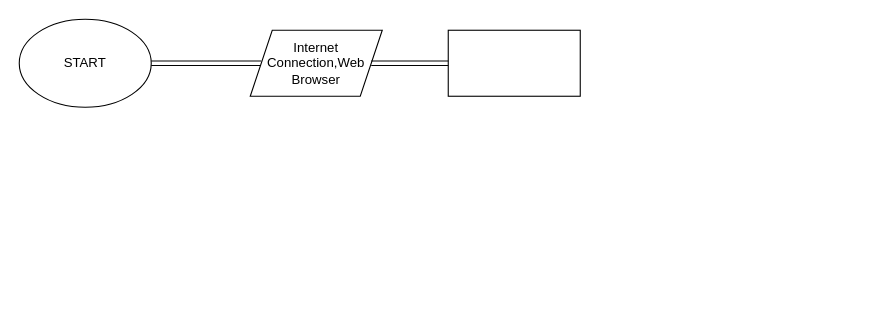
The draw.io diagram diagrams-net-example-project.drawio in GitCoder23/FlowchartsOnline, before the edit. Source tidied: cells renumbered, new cells numbered last; positions are measured from the earlier drawing's top-left corner, leaving out a move shared by most shapes. Both pictures are drawn from the tidied source at 110%, with x=0, y=0 at pixel (19, 19).
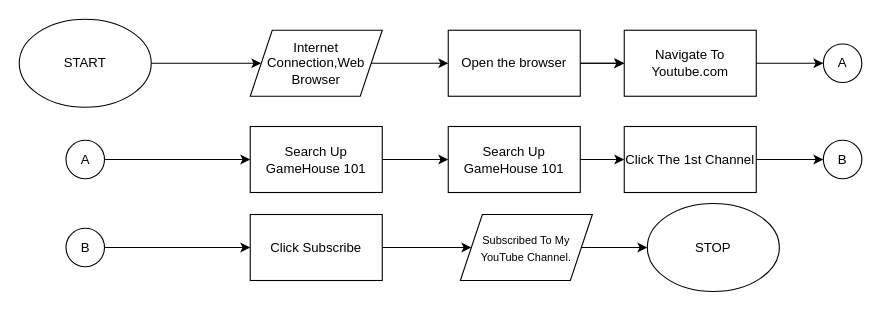
The same diagram, later.

The change refers to these unchanged cells:
```xml
<mxCell id="2" value="START" style="ellipse;whiteSpace=wrap;html=1;" parent="1" vertex="1">
  <mxGeometry width="120" height="80" as="geometry" />
</mxCell>
<mxCell id="4" value="&lt;font style=&quot;font-size: 12px&quot;&gt;Internet Connection,Web Browser&lt;/font&gt;" style="shape=parallelogram;perimeter=parallelogramPerimeter;whiteSpace=wrap;html=1;fixedSize=1;" parent="1" vertex="1">
  <mxGeometry x="210" y="10" width="120" height="60" as="geometry" />
</mxCell>
```

Change to the diagram source:
```diff
@@
+    <mxCell id="7" style="edgeStyle=orthogonalEdgeStyle;rounded=0;jettySize=auto;html=1;exitX=1;exitY=0.5;exitDx=0;exitDy=0;" parent="1" edge="1" source="2" target="4">
+      <mxGeometry relative="1" as="geometry" />
+    </mxCell>
@@
-    <mxCell id="3" style="shape=link;html=1;" parent="1" edge="1" source="2">
-      <mxGeometry relative="1" as="geometry">
-        <mxPoint x="220" y="40" as="targetPoint" />
-      </mxGeometry>
-    </mxCell>
+    <mxCell id="8" style="edgeStyle=orthogonalEdgeStyle;rounded=0;jettySize=auto;html=1;entryX=0;entryY=0.5;entryDx=0;entryDy=0;" parent="1" edge="1" source="4" target="5">
+      <mxGeometry relative="1" as="geometry" />
+    </mxCell>
@@
+    <mxCell id="9" style="edgeStyle=orthogonalEdgeStyle;rounded=0;jettySize=auto;html=1;" parent="1" edge="1" source="5" target="12">
+      <mxGeometry relative="1" as="geometry" />
+    </mxCell>
+    <mxCell id="10" style="edgeStyle=orthogonalEdgeStyle;rounded=0;jettySize=auto;html=1;" parent="1" edge="1" source="5" target="12">
+      <mxGeometry relative="1" as="geometry" />
+    </mxCell>
-    <mxCell id="5" style="rounded=0;whiteSpace=wrap;html=1;" parent="1" vertex="1">
+    <mxCell id="5" value="Open the browser" style="rounded=0;whiteSpace=wrap;html=1;" parent="1" vertex="1">
       <mxGeometry x="390" y="10" width="120" height="60" as="geometry" />
     </mxCell>
-    <mxCell id="6" style="shape=link;html=1;" parent="1" edge="1">
-      <mxGeometry relative="1" as="geometry">
-        <mxPoint x="320" y="40" as="sourcePoint" />
-        <mxPoint x="390" y="40" as="targetPoint" />
-      </mxGeometry>
-    </mxCell>
+    <mxCell id="11" style="edgeStyle=orthogonalEdgeStyle;rounded=0;jettySize=auto;html=1;" parent="1" edge="1" source="12" target="13">
+      <mxGeometry relative="1" as="geometry" />
+    </mxCell>
+    <mxCell id="12" value="Navigate To Youtube.com" style="rounded=0;whiteSpace=wrap;html=1;" parent="1" vertex="1">
+      <mxGeometry x="550" y="10" width="120" height="60" as="geometry" />
+    </mxCell>
+    <mxCell id="13" value="A" style="ellipse;whiteSpace=wrap;html=1;" parent="1" vertex="1">
+      <mxGeometry x="731" y="22.5" width="35" height="35" as="geometry" />
+    </mxCell>
+    <mxCell id="14" style="edgeStyle=orthogonalEdgeStyle;rounded=0;jettySize=auto;html=1;entryX=0;entryY=0.5;entryDx=0;entryDy=0;" parent="1" edge="1" source="15" target="17">
+      <mxGeometry relative="1" as="geometry" />
+    </mxCell>
+    <mxCell id="15" value="A" style="ellipse;whiteSpace=wrap;html=1;" parent="1" vertex="1">
+      <mxGeometry x="42.5" y="110" width="35" height="35" as="geometry" />
+    </mxCell>
+    <mxCell id="16" style="edgeStyle=orthogonalEdgeStyle;rounded=0;jettySize=auto;html=1;entryX=0;entryY=0.5;entryDx=0;entryDy=0;" parent="1" edge="1" source="17" target="19">
+      <mxGeometry relative="1" as="geometry" />
+    </mxCell>
+    <mxCell id="17" value="Search Up GameHouse 101" style="rounded=0;whiteSpace=wrap;html=1;" parent="1" vertex="1">
+      <mxGeometry x="210" y="97.5" width="120" height="60" as="geometry" />
+    </mxCell>
+    <mxCell id="18" style="edgeStyle=orthogonalEdgeStyle;rounded=0;jettySize=auto;html=1;" parent="1" edge="1" source="19" target="21">
+      <mxGeometry relative="1" as="geometry" />
+    </mxCell>
+    <mxCell id="19" value="Search Up GameHouse 101" style="rounded=0;whiteSpace=wrap;html=1;" parent="1" vertex="1">
+      <mxGeometry x="390" y="97.5" width="120" height="60" as="geometry" />
+    </mxCell>
+    <mxCell id="20" style="edgeStyle=orthogonalEdgeStyle;rounded=0;jettySize=auto;html=1;entryX=0;entryY=0.5;entryDx=0;entryDy=0;" parent="1" edge="1" source="21" target="22">
+      <mxGeometry relative="1" as="geometry" />
+    </mxCell>
+    <mxCell id="21" value="Click The 1st Channel" style="rounded=0;whiteSpace=wrap;html=1;" parent="1" vertex="1">
+      <mxGeometry x="550" y="97.5" width="120" height="60" as="geometry" />
+    </mxCell>
+    <mxCell id="22" value="B" style="ellipse;whiteSpace=wrap;html=1;" parent="1" vertex="1">
+      <mxGeometry x="731" y="110" width="35" height="35" as="geometry" />
+    </mxCell>
+    <mxCell id="23" style="edgeStyle=orthogonalEdgeStyle;rounded=0;jettySize=auto;html=1;" parent="1" edge="1" source="24" target="26">
+      <mxGeometry relative="1" as="geometry" />
+    </mxCell>
+    <mxCell id="24" value="B" style="ellipse;whiteSpace=wrap;html=1;" parent="1" vertex="1">
+      <mxGeometry x="42.5" y="190" width="35" height="35" as="geometry" />
+    </mxCell>
+    <mxCell id="25" style="edgeStyle=orthogonalEdgeStyle;rounded=0;jettySize=auto;html=1;entryX=0;entryY=0.5;entryDx=0;entryDy=0;" parent="1" edge="1" source="26" target="28">
+      <mxGeometry relative="1" as="geometry" />
+    </mxCell>
+    <mxCell id="26" value="Click Subscribe" style="rounded=0;whiteSpace=wrap;html=1;" parent="1" vertex="1">
+      <mxGeometry x="210" y="177.5" width="120" height="60" as="geometry" />
+    </mxCell>
+    <mxCell id="27" style="edgeStyle=orthogonalEdgeStyle;rounded=0;jettySize=auto;html=1;entryX=0;entryY=0.5;entryDx=0;entryDy=0;" parent="1" edge="1" source="28" target="29">
+      <mxGeometry relative="1" as="geometry" />
+    </mxCell>
+    <mxCell id="28" value="&lt;font style=&quot;font-size: 10px&quot;&gt;Subscribed To My YouTube Channel.&lt;/font&gt;" style="shape=parallelogram;perimeter=parallelogramPerimeter;whiteSpace=wrap;html=1;fixedSize=1;" parent="1" vertex="1">
+      <mxGeometry x="401" y="177.5" width="120" height="60" as="geometry" />
+    </mxCell>
+    <mxCell id="29" value="STOP" style="ellipse;whiteSpace=wrap;html=1;" parent="1" vertex="1">
+      <mxGeometry x="571" y="167.5" width="120" height="80" as="geometry" />
+    </mxCell>
```
